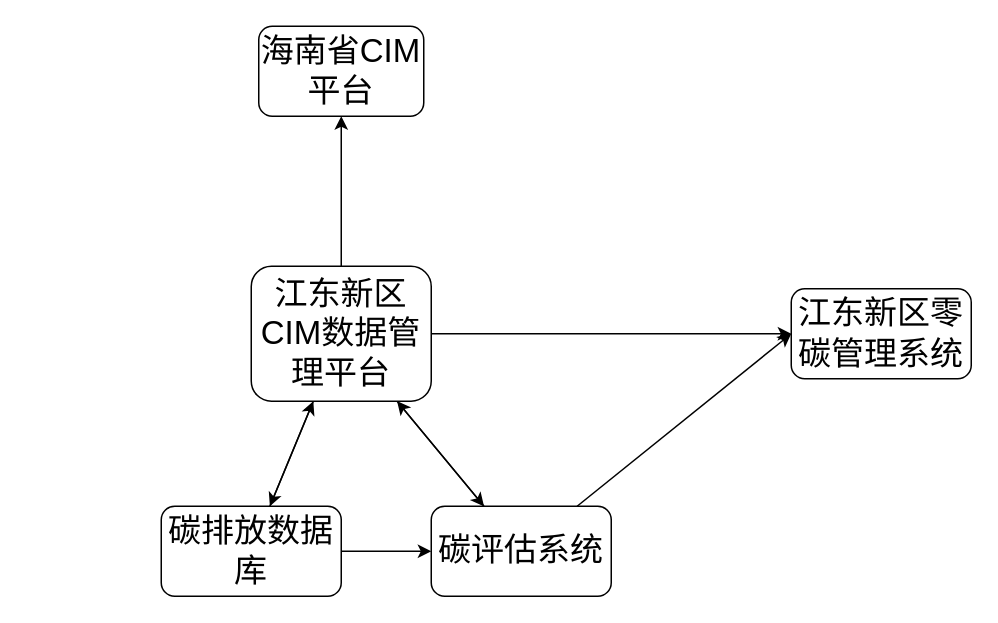
The draw.io diagram CIM时空大数据总体设计.drawio in gaochaowyq/MinderGraph, before the edit. Source tidied: cells renumbered, new cells numbered last; positions are measured from the earlier drawing's top-left corner, leaving out a move shared by most shapes. Both pictures are drawn from the tidied source at 150%, with x=0, y=0 at pixel (160, 26).
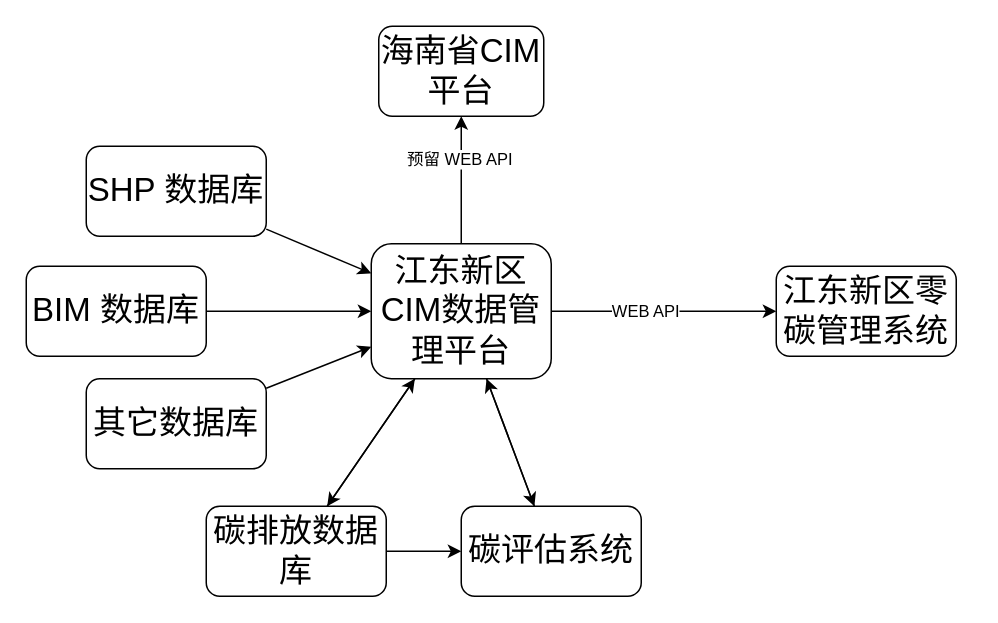
After the change.

Commit message (it also covers changes not shown here):
更新CIM时空大数据总体设计.drawio

Unchanged cells that the change refers to:
```xml
<mxCell id="2" style="edgeStyle=orthogonalEdgeStyle;rounded=0;jettySize=auto;html=1;" parent="1" edge="1" source="6" target="7">
  <mxGeometry relative="1" as="geometry" />
</mxCell>
<mxCell id="5" style="rounded=0;jettySize=auto;html=1;" parent="1" edge="1" source="6" target="14">
  <mxGeometry relative="1" as="geometry" />
</mxCell>
```

Diff of the diagram source:
```diff
@@
+    <mxCell id="15" value="WEB API" style="edgeLabel;html=1;align=center;verticalAlign=middle;" parent="2" vertex="1">
+      <mxGeometry x="-0.17" y="1" relative="1" as="geometry" />
+    </mxCell>
@@
+    <mxCell id="16" value="预留 WEB API" style="edgeLabel;html=1;align=center;verticalAlign=middle;" parent="5" vertex="1">
+      <mxGeometry x="0.34" y="2" relative="1" as="geometry" />
+    </mxCell>
     <mxCell id="6" value="&lt;font style=&quot;font-size: 22px;&quot;&gt;江东新区CIM数据管理平台&lt;/font&gt;" style="rounded=1;whiteSpace=wrap;html=1;" parent="1" vertex="1">
-      <mxGeometry x="60" y="160" width="120" height="90" as="geometry" />
+      <mxGeometry x="140" y="145" width="120" height="90" as="geometry" />
     </mxCell>
     <mxCell id="7" value="&lt;font style=&quot;font-size: 22px;&quot;&gt;江东新区零碳管理系统&lt;/font&gt;" style="rounded=1;whiteSpace=wrap;html=1;" parent="1" vertex="1">
-      <mxGeometry x="420" y="175" width="120" height="60" as="geometry" />
+      <mxGeometry x="410" y="160" width="120" height="60" as="geometry" />
     </mxCell>
@@
     <mxCell id="10" value="&lt;font style=&quot;font-size: 22px;&quot;&gt;碳排放数据库&lt;/font&gt;" style="rounded=1;whiteSpace=wrap;html=1;" parent="1" vertex="1">
-      <mxGeometry y="320" width="120" height="60" as="geometry" />
+      <mxGeometry x="30" y="320" width="120" height="60" as="geometry" />
     </mxCell>
-    <mxCell id="11" style="rounded=0;jettySize=auto;html=1;entryX=0;entryY=0.5;entryDx=0;entryDy=0;" parent="1" edge="1" source="13" target="7">
-      <mxGeometry relative="1" as="geometry" />
-    </mxCell>
@@
     <mxCell id="13" value="&lt;font style=&quot;font-size: 22px;&quot;&gt;碳评估系统&lt;/font&gt;" style="rounded=1;whiteSpace=wrap;html=1;" parent="1" vertex="1">
-      <mxGeometry x="180" y="320" width="120" height="60" as="geometry" />
+      <mxGeometry x="200" y="320" width="120" height="60" as="geometry" />
     </mxCell>
     <mxCell id="14" value="&lt;font style=&quot;font-size: 22px;&quot;&gt;海南省CIM平台&lt;/font&gt;" style="rounded=1;whiteSpace=wrap;html=1;" parent="1" vertex="1">
-      <mxGeometry x="65" width="110" height="60" as="geometry" />
+      <mxGeometry x="145" width="110" height="60" as="geometry" />
     </mxCell>
+    <mxCell id="17" style="rounded=0;jettySize=auto;html=1;" parent="1" edge="1" source="18" target="6">
+      <mxGeometry relative="1" as="geometry" />
+    </mxCell>
+    <mxCell id="18" value="&lt;font style=&quot;font-size: 22px;&quot;&gt;SHP 数据库&lt;/font&gt;" style="rounded=1;whiteSpace=wrap;html=1;" parent="1" vertex="1">
+      <mxGeometry x="-50" y="80" width="120" height="60" as="geometry" />
+    </mxCell>
+    <mxCell id="19" style="rounded=0;jettySize=auto;html=1;" parent="1" edge="1" source="20" target="6">
+      <mxGeometry relative="1" as="geometry" />
+    </mxCell>
+    <mxCell id="20" value="&lt;font style=&quot;font-size: 22px;&quot;&gt;BIM 数据库&lt;/font&gt;" style="rounded=1;whiteSpace=wrap;html=1;" parent="1" vertex="1">
+      <mxGeometry x="-90" y="160" width="120" height="60" as="geometry" />
+    </mxCell>
+    <mxCell id="21" style="rounded=0;jettySize=auto;html=1;" parent="1" edge="1" source="22" target="6">
+      <mxGeometry relative="1" as="geometry" />
+    </mxCell>
+    <mxCell id="22" value="&lt;font style=&quot;font-size: 22px;&quot;&gt;其它数据库&lt;/font&gt;" style="rounded=1;whiteSpace=wrap;html=1;" parent="1" vertex="1">
+      <mxGeometry x="-50" y="235" width="120" height="60" as="geometry" />
+    </mxCell>
```
